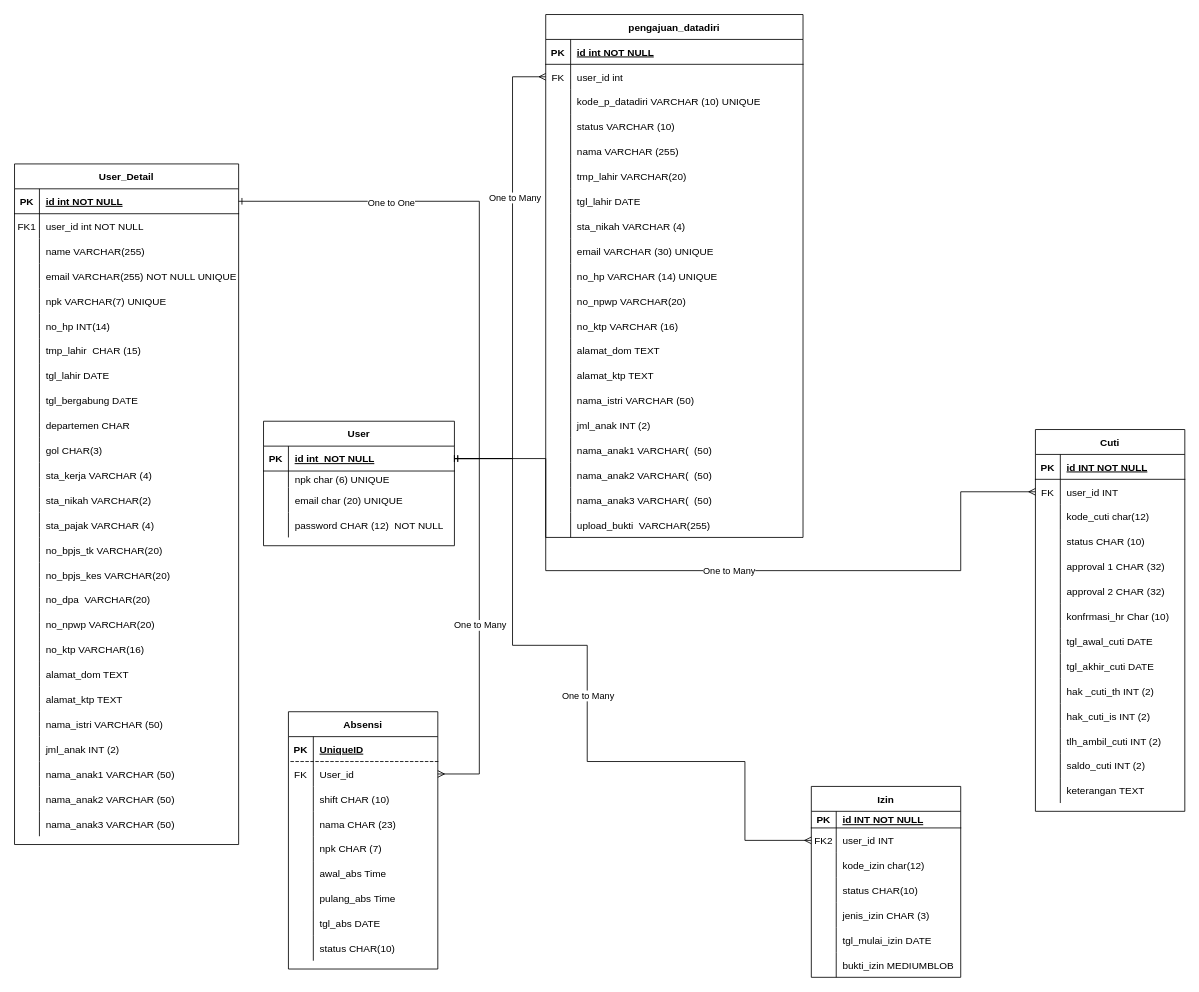
Before: page "ERD" (1 of 6) of ERDS1AR/ERD S1AR.drawio in magang-aiia/ERD-Diagram, a draw.io diagram. Source tidied: cells renumbered, new cells numbered last; positions are measured from the earlier drawing's top-left corner, leaving out a move shared by most shapes. Both pictures are drawn from the tidied source at 83%, with x=0, y=0 at pixel (14, 14).
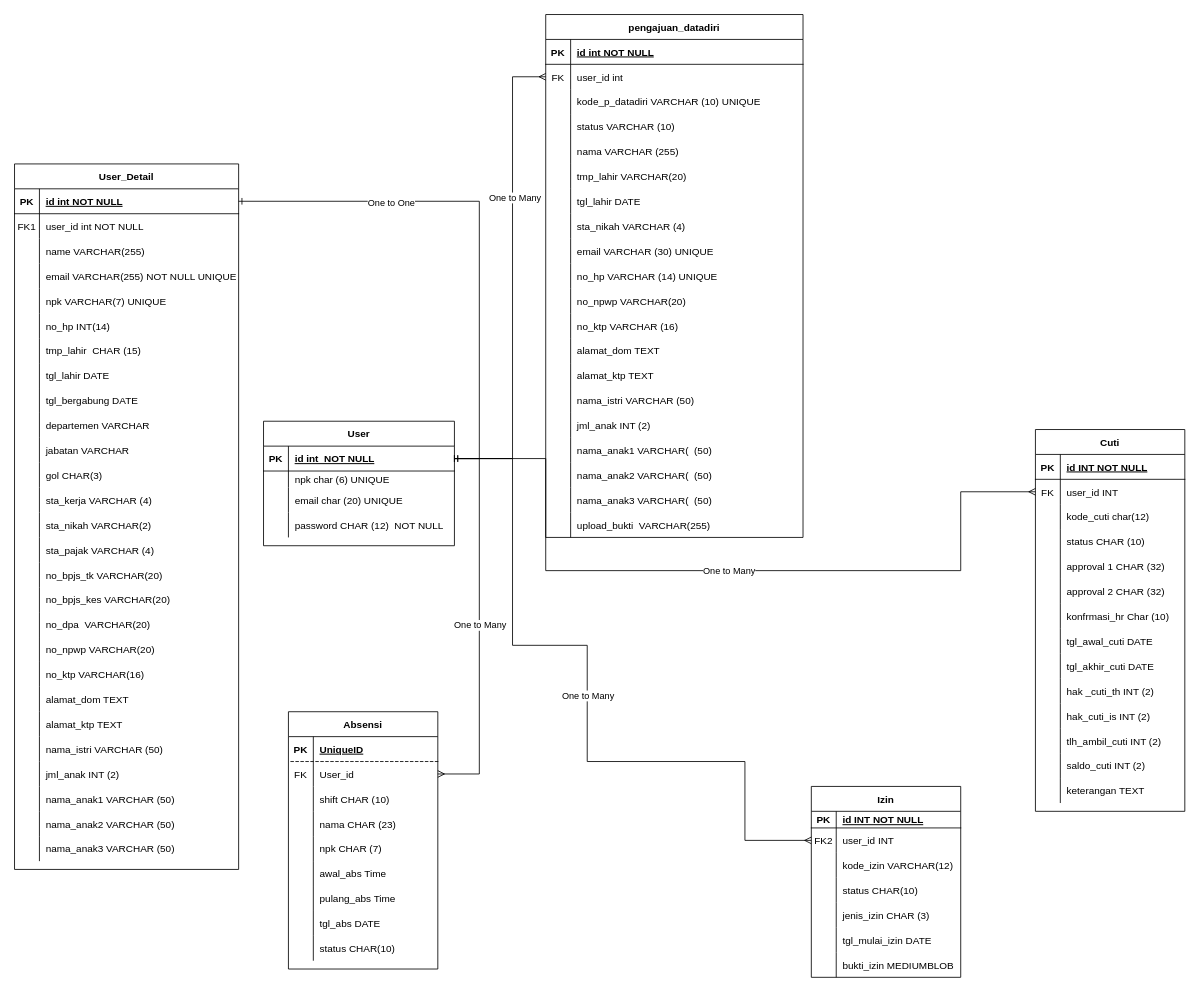
The same diagram, later.

Unchanged cells that the change refers to:
```xml
<mxCell id="30" style="shape=partialRectangle;fillColor=none;top=0;left=0;right=0;bottom=0;" parent="2" vertex="1">
  <mxGeometry y="300" width="270" height="30" as="geometry" />
</mxCell>
<mxCell id="205" style="shape=tableRow;horizontal=0;startSize=0;swimlaneHead=0;swimlaneBody=0;fillColor=none;top=0;left=0;right=0;bottom=0;rounded=0;" parent="198" vertex="1">
  <mxGeometry y="80" width="180" height="30" as="geometry" />
</mxCell>
```

What changed in the source:
```diff
@@
     <mxCell id="2" value="User_Detail" style="shape=table;startSize=30;childLayout=tableLayout;rowLines=0;fontStyle=1;align=center;" parent="1" vertex="1">
-      <mxGeometry y="180" width="270" height="820" as="geometry" />
+      <mxGeometry y="180" width="270" height="850" as="geometry" />
     </mxCell>
@@
-    <mxCell id="32" value="departemen CHAR" style="shape=partialRectangle;overflow=hidden;fillColor=none;top=0;left=0;bottom=0;right=0;align=left;spacingLeft=6;" parent="30" vertex="1">
+    <mxCell id="32" value="departemen VARCHAR" style="shape=partialRectangle;overflow=hidden;fillColor=none;top=0;left=0;bottom=0;right=0;align=left;spacingLeft=6;" parent="30" vertex="1">
       <mxGeometry x="30" width="240" height="30" as="geometry" />
     </mxCell>
+    <mxCell id="258" style="shape=partialRectangle;fillColor=none;top=0;left=0;right=0;bottom=0;" parent="2" vertex="1">
+      <mxGeometry y="330" width="270" height="30" as="geometry" />
+    </mxCell>
+    <mxCell id="259" style="shape=partialRectangle;overflow=hidden;fillColor=none;top=0;left=0;bottom=0;right=0;" parent="258" vertex="1">
+      <mxGeometry width="30" height="30" as="geometry" />
+    </mxCell>
+    <mxCell id="260" value="jabatan VARCHAR" style="shape=partialRectangle;overflow=hidden;fillColor=none;top=0;left=0;bottom=0;right=0;align=left;spacingLeft=6;" parent="258" vertex="1">
+      <mxGeometry x="30" width="240" height="30" as="geometry" />
+    </mxCell>
     <mxCell id="33" style="shape=partialRectangle;fillColor=none;top=0;left=0;right=0;bottom=0;" parent="2" vertex="1">
-      <mxGeometry y="330" width="270" height="30" as="geometry" />
+      <mxGeometry y="360" width="270" height="30" as="geometry" />
     </mxCell>
@@
     <mxCell id="36" style="shape=partialRectangle;fillColor=none;top=0;left=0;right=0;bottom=0;" parent="2" vertex="1">
-      <mxGeometry y="360" width="270" height="30" as="geometry" />
+      <mxGeometry y="390" width="270" height="30" as="geometry" />
     </mxCell>
@@
     <mxCell id="39" style="shape=partialRectangle;fillColor=none;top=0;left=0;right=0;bottom=0;" parent="2" vertex="1">
-      <mxGeometry y="390" width="270" height="30" as="geometry" />
+      <mxGeometry y="420" width="270" height="30" as="geometry" />
     </mxCell>
@@
     <mxCell id="42" style="shape=partialRectangle;fillColor=none;top=0;left=0;right=0;bottom=0;" parent="2" vertex="1">
-      <mxGeometry y="420" width="270" height="30" as="geometry" />
+      <mxGeometry y="450" width="270" height="30" as="geometry" />
     </mxCell>
@@
     <mxCell id="45" style="shape=partialRectangle;fillColor=none;top=0;left=0;right=0;bottom=0;" parent="2" vertex="1">
-      <mxGeometry y="450" width="270" height="30" as="geometry" />
+      <mxGeometry y="480" width="270" height="30" as="geometry" />
     </mxCell>
@@
     <mxCell id="48" style="shape=partialRectangle;fillColor=none;top=0;left=0;right=0;bottom=0;" parent="2" vertex="1">
-      <mxGeometry y="480" width="270" height="30" as="geometry" />
+      <mxGeometry y="510" width="270" height="30" as="geometry" />
     </mxCell>
@@
     <mxCell id="51" style="shape=partialRectangle;fillColor=none;top=0;left=0;right=0;bottom=0;" parent="2" vertex="1">
-      <mxGeometry y="510" width="270" height="30" as="geometry" />
+      <mxGeometry y="540" width="270" height="30" as="geometry" />
     </mxCell>
@@
     <mxCell id="54" style="shape=partialRectangle;fillColor=none;top=0;left=0;right=0;bottom=0;" parent="2" vertex="1">
-      <mxGeometry y="540" width="270" height="30" as="geometry" />
+      <mxGeometry y="570" width="270" height="30" as="geometry" />
     </mxCell>
@@
     <mxCell id="57" style="shape=partialRectangle;fillColor=none;top=0;left=0;right=0;bottom=0;" parent="2" vertex="1">
-      <mxGeometry y="570" width="270" height="30" as="geometry" />
+      <mxGeometry y="600" width="270" height="30" as="geometry" />
     </mxCell>
@@
     <mxCell id="60" style="shape=partialRectangle;fillColor=none;top=0;left=0;right=0;bottom=0;" parent="2" vertex="1">
-      <mxGeometry y="600" width="270" height="30" as="geometry" />
+      <mxGeometry y="630" width="270" height="30" as="geometry" />
     </mxCell>
@@
     <mxCell id="63" style="shape=partialRectangle;fillColor=none;top=0;left=0;right=0;bottom=0;" parent="2" vertex="1">
-      <mxGeometry y="630" width="270" height="30" as="geometry" />
+      <mxGeometry y="660" width="270" height="30" as="geometry" />
     </mxCell>
@@
     <mxCell id="66" style="shape=partialRectangle;fillColor=none;top=0;left=0;right=0;bottom=0;" parent="2" vertex="1">
-      <mxGeometry y="660" width="270" height="30" as="geometry" />
+      <mxGeometry y="690" width="270" height="30" as="geometry" />
     </mxCell>
@@
     <mxCell id="69" style="shape=partialRectangle;fillColor=none;top=0;left=0;right=0;bottom=0;" parent="2" vertex="1">
-      <mxGeometry y="690" width="270" height="30" as="geometry" />
+      <mxGeometry y="720" width="270" height="30" as="geometry" />
     </mxCell>
@@
     <mxCell id="72" style="shape=partialRectangle;fillColor=none;top=0;left=0;right=0;bottom=0;" parent="2" vertex="1">
-      <mxGeometry y="720" width="270" height="30" as="geometry" />
+      <mxGeometry y="750" width="270" height="30" as="geometry" />
     </mxCell>
@@
     <mxCell id="75" style="shape=partialRectangle;fillColor=none;top=0;left=0;right=0;bottom=0;" parent="2" vertex="1">
-      <mxGeometry y="750" width="270" height="30" as="geometry" />
+      <mxGeometry y="780" width="270" height="30" as="geometry" />
     </mxCell>
@@
     <mxCell id="78" style="shape=partialRectangle;fillColor=none;top=0;left=0;right=0;bottom=0;" parent="2" vertex="1">
-      <mxGeometry y="780" width="270" height="30" as="geometry" />
+      <mxGeometry y="810" width="270" height="30" as="geometry" />
     </mxCell>
@@
-    <mxCell id="207" value="kode_izin char(12)" style="shape=partialRectangle;fillColor=none;top=0;left=0;bottom=0;right=0;align=left;spacingLeft=6;overflow=hidden;rounded=0;" parent="205" vertex="1">
+    <mxCell id="207" value="kode_izin VARCHAR(12)" style="shape=partialRectangle;fillColor=none;top=0;left=0;bottom=0;right=0;align=left;spacingLeft=6;overflow=hidden;rounded=0;" parent="205" vertex="1">
       <mxGeometry x="30" width="150" height="30" as="geometry" />
     </mxCell>
```
